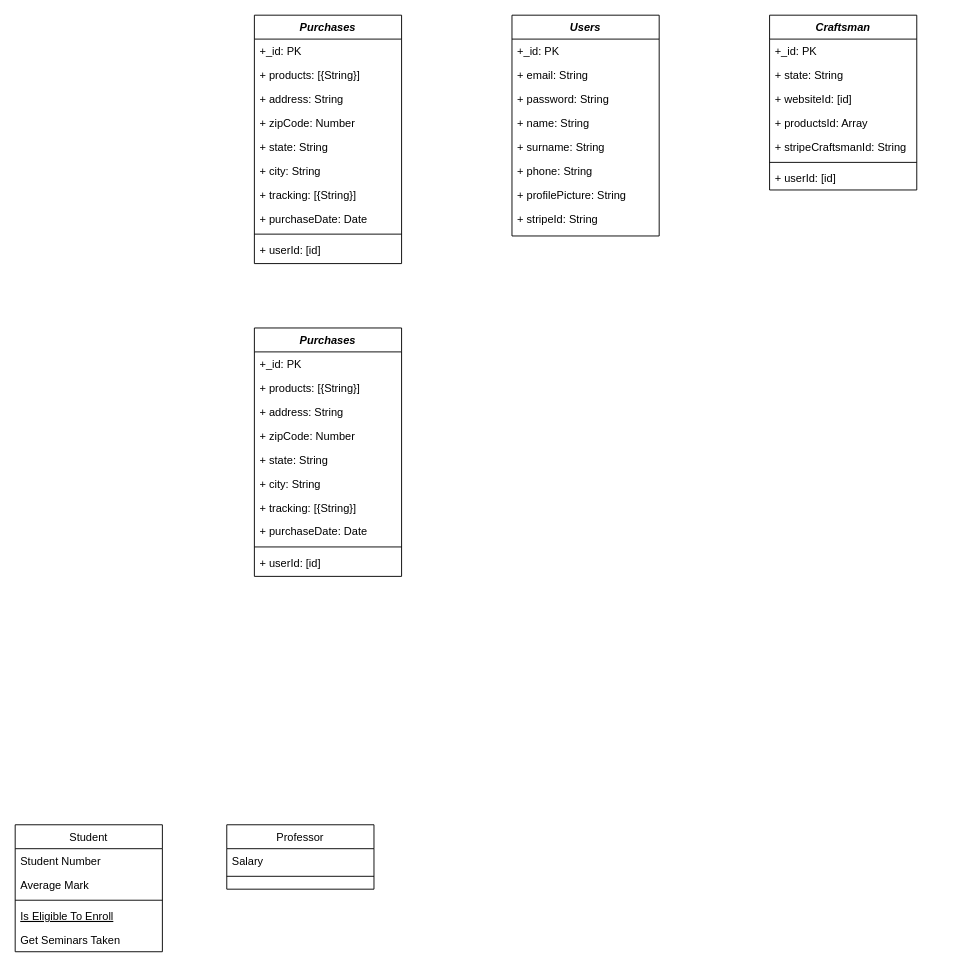
Artetopia/artetopia-backend keeps this draw.io diagram as Untitled Diagram.drawio. Above is the earlier version. Source tidied: cells renumbered, new cells numbered last; positions are measured from the earlier drawing's top-left corner, leaving out a move shared by most shapes. Both pictures are drawn from the tidied source at 92%, with x=0, y=0 at pixel (15, 15).
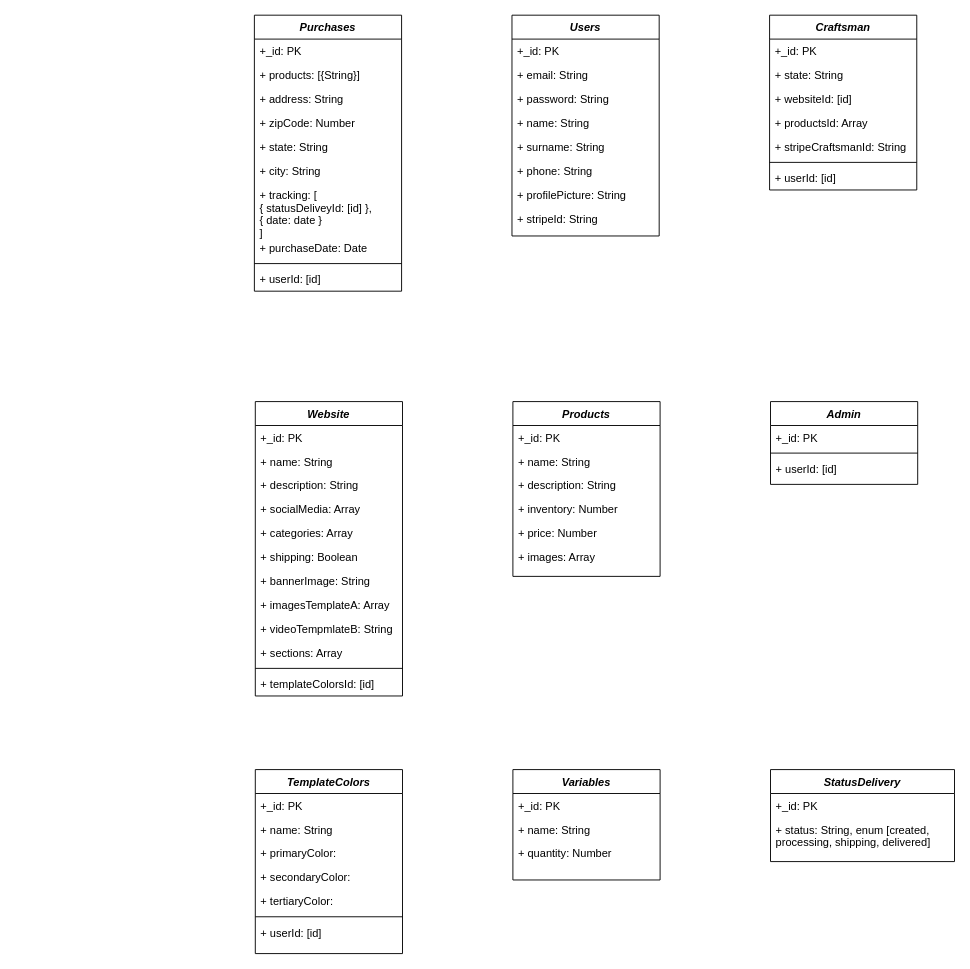
The same page after the edit.

Diff of the diagram source:
```diff
@@
     <mxCell id="2" value="Purchases" style="swimlane;fontStyle=3;align=center;verticalAlign=top;horizontal=1;startSize=26;rounded=0;shadow=0;strokeWidth=1;" parent="1" vertex="1">
-      <mxGeometry x="260" width="160" height="270" as="geometry" />
+      <mxGeometry x="260" width="160" height="300" as="geometry" />
     </mxCell>
@@
-    <mxCell id="9" value="+ tracking: [{String}]" style="text;align=left;verticalAlign=top;spacingLeft=4;spacingRight=4;overflow=hidden;rounded=0;shadow=0;html=0;" parent="2" vertex="1">
-      <mxGeometry y="182" width="160" height="26" as="geometry" />
+    <mxCell id="9" value="+ tracking: [&#10;{ statusDeliveyId: [id] },&#10;{ date: date }&#10;]" style="text;align=left;verticalAlign=top;spacingLeft=4;spacingRight=4;overflow=hidden;rounded=0;shadow=0;html=0;" parent="2" vertex="1">
+      <mxGeometry y="182" width="160" height="58" as="geometry" />
     </mxCell>
     <mxCell id="10" value="+ purchaseDate: Date" style="text;align=left;verticalAlign=top;spacingLeft=4;spacingRight=4;overflow=hidden;rounded=0;shadow=0;html=0;" parent="2" vertex="1">
-      <mxGeometry y="208" width="160" height="26" as="geometry" />
+      <mxGeometry y="240" width="160" height="26" as="geometry" />
     </mxCell>
     <mxCell id="11" style="line;html=1;strokeWidth=1;align=left;verticalAlign=middle;spacingTop=-1;spacingLeft=3;spacingRight=3;labelPosition=right;" parent="2" vertex="1">
-      <mxGeometry y="234" width="160" height="8" as="geometry" />
+      <mxGeometry y="266" width="160" height="8" as="geometry" />
     </mxCell>
     <mxCell id="12" value="+ userId: [id]" style="text;align=left;verticalAlign=top;spacingLeft=4;spacingRight=4;overflow=hidden;rounded=0;shadow=0;html=0;" parent="2" vertex="1">
-      <mxGeometry y="242" width="160" height="26" as="geometry" />
+      <mxGeometry y="274" width="160" height="26" as="geometry" />
     </mxCell>
-    <mxCell id="13" value="Student" style="swimlane;fontStyle=0;align=center;verticalAlign=top;horizontal=1;startSize=26;rounded=0;shadow=0;strokeWidth=1;" parent="1" vertex="1">
-      <mxGeometry y="880" width="160" height="138" as="geometry" />
-    </mxCell>
-    <mxCell id="14" value="Student Number" style="text;align=left;verticalAlign=top;spacingLeft=4;spacingRight=4;overflow=hidden;" parent="13" vertex="1">
-      <mxGeometry y="26" width="160" height="26" as="geometry" />
-    </mxCell>
-    <mxCell id="15" value="Average Mark" style="text;align=left;verticalAlign=top;spacingLeft=4;spacingRight=4;overflow=hidden;rounded=0;shadow=0;html=0;" parent="13" vertex="1">
-      <mxGeometry y="52" width="160" height="26" as="geometry" />
-    </mxCell>
-    <mxCell id="16" style="line;html=1;strokeWidth=1;align=left;verticalAlign=middle;spacingTop=-1;spacingLeft=3;spacingRight=3;labelPosition=right;" parent="13" vertex="1">
-      <mxGeometry y="78" width="160" height="8" as="geometry" />
-    </mxCell>
-    <mxCell id="17" value="Is Eligible To Enroll" style="text;align=left;verticalAlign=top;spacingLeft=4;spacingRight=4;overflow=hidden;fontStyle=4;" parent="13" vertex="1">
-      <mxGeometry y="86" width="160" height="26" as="geometry" />
-    </mxCell>
-    <mxCell id="18" value="Get Seminars Taken" style="text;align=left;verticalAlign=top;spacingLeft=4;spacingRight=4;overflow=hidden;" parent="13" vertex="1">
-      <mxGeometry y="112" width="160" height="26" as="geometry" />
-    </mxCell>
-    <mxCell id="19" value="Professor" style="swimlane;fontStyle=0;align=center;verticalAlign=top;horizontal=1;startSize=26;rounded=0;shadow=0;strokeWidth=1;" parent="1" vertex="1">
-      <mxGeometry x="230" y="880" width="160" height="70" as="geometry" />
-    </mxCell>
-    <mxCell id="20" value="Salary" style="text;align=left;verticalAlign=top;spacingLeft=4;spacingRight=4;overflow=hidden;" parent="19" vertex="1">
-      <mxGeometry y="26" width="160" height="26" as="geometry" />
-    </mxCell>
-    <mxCell id="21" style="line;html=1;strokeWidth=1;align=left;verticalAlign=middle;spacingTop=-1;spacingLeft=3;spacingRight=3;labelPosition=right;" parent="19" vertex="1">
-      <mxGeometry y="52" width="160" height="8" as="geometry" />
-    </mxCell>
@@
-    <mxCell id="39" value="Purchases" style="swimlane;fontStyle=3;align=center;verticalAlign=top;horizontal=1;startSize=26;rounded=0;shadow=0;strokeWidth=1;" parent="1" vertex="1">
-      <mxGeometry x="260" y="340" width="160" height="270" as="geometry" />
+    <mxCell id="39" value="Website" style="swimlane;fontStyle=3;align=center;verticalAlign=top;horizontal=1;startSize=26;rounded=0;shadow=0;strokeWidth=1;" parent="1" vertex="1">
+      <mxGeometry x="261" y="420" width="160" height="320" as="geometry" />
     </mxCell>
@@
-    <mxCell id="41" value="+ products: [{String}]" style="text;align=left;verticalAlign=top;spacingLeft=4;spacingRight=4;overflow=hidden;rounded=0;shadow=0;html=0;" parent="39" vertex="1">
+    <mxCell id="41" value="+ name: String" style="text;align=left;verticalAlign=top;spacingLeft=4;spacingRight=4;overflow=hidden;rounded=0;shadow=0;html=0;" parent="39" vertex="1">
       <mxGeometry y="52" width="160" height="26" as="geometry" />
     </mxCell>
-    <mxCell id="42" value="+ address: String" style="text;align=left;verticalAlign=top;spacingLeft=4;spacingRight=4;overflow=hidden;rounded=0;shadow=0;html=0;" parent="39" vertex="1">
+    <mxCell id="42" value="+ description: String" style="text;align=left;verticalAlign=top;spacingLeft=4;spacingRight=4;overflow=hidden;rounded=0;shadow=0;html=0;" parent="39" vertex="1">
       <mxGeometry y="78" width="160" height="26" as="geometry" />
     </mxCell>
-    <mxCell id="43" value="+ zipCode: Number" style="text;align=left;verticalAlign=top;spacingLeft=4;spacingRight=4;overflow=hidden;rounded=0;shadow=0;html=0;" parent="39" vertex="1">
+    <mxCell id="43" value="+ socialMedia: Array" style="text;align=left;verticalAlign=top;spacingLeft=4;spacingRight=4;overflow=hidden;rounded=0;shadow=0;html=0;" parent="39" vertex="1">
       <mxGeometry y="104" width="160" height="26" as="geometry" />
     </mxCell>
-    <mxCell id="44" value="+ state: String" style="text;align=left;verticalAlign=top;spacingLeft=4;spacingRight=4;overflow=hidden;rounded=0;shadow=0;html=0;" parent="39" vertex="1">
+    <mxCell id="44" value="+ categories: Array" style="text;align=left;verticalAlign=top;spacingLeft=4;spacingRight=4;overflow=hidden;rounded=0;shadow=0;html=0;" parent="39" vertex="1">
       <mxGeometry y="130" width="160" height="26" as="geometry" />
     </mxCell>
-    <mxCell id="45" value="+ city: String" style="text;align=left;verticalAlign=top;spacingLeft=4;spacingRight=4;overflow=hidden;rounded=0;shadow=0;html=0;" parent="39" vertex="1">
+    <mxCell id="45" value="+ shipping: Boolean" style="text;align=left;verticalAlign=top;spacingLeft=4;spacingRight=4;overflow=hidden;rounded=0;shadow=0;html=0;" parent="39" vertex="1">
       <mxGeometry y="156" width="160" height="26" as="geometry" />
     </mxCell>
-    <mxCell id="46" value="+ tracking: [{String}]" style="text;align=left;verticalAlign=top;spacingLeft=4;spacingRight=4;overflow=hidden;rounded=0;shadow=0;html=0;" parent="39" vertex="1">
+    <mxCell id="46" value="+ bannerImage: String" style="text;align=left;verticalAlign=top;spacingLeft=4;spacingRight=4;overflow=hidden;rounded=0;shadow=0;html=0;" parent="39" vertex="1">
       <mxGeometry y="182" width="160" height="26" as="geometry" />
     </mxCell>
-    <mxCell id="47" value="+ purchaseDate: Date" style="text;align=left;verticalAlign=top;spacingLeft=4;spacingRight=4;overflow=hidden;rounded=0;shadow=0;html=0;" parent="39" vertex="1">
+    <mxCell id="47" value="+ imagesTemplateA: Array" style="text;align=left;verticalAlign=top;spacingLeft=4;spacingRight=4;overflow=hidden;rounded=0;shadow=0;html=0;" parent="39" vertex="1">
       <mxGeometry y="208" width="160" height="26" as="geometry" />
     </mxCell>
+    <mxCell id="50" value="+ videoTempmlateB: String" style="text;align=left;verticalAlign=top;spacingLeft=4;spacingRight=4;overflow=hidden;rounded=0;shadow=0;html=0;" parent="39" vertex="1">
+      <mxGeometry y="234" width="160" height="26" as="geometry" />
+    </mxCell>
+    <mxCell id="51" value="+ sections: Array" style="text;align=left;verticalAlign=top;spacingLeft=4;spacingRight=4;overflow=hidden;rounded=0;shadow=0;html=0;" parent="39" vertex="1">
+      <mxGeometry y="260" width="160" height="26" as="geometry" />
+    </mxCell>
     <mxCell id="48" style="line;html=1;strokeWidth=1;align=left;verticalAlign=middle;spacingTop=-1;spacingLeft=3;spacingRight=3;labelPosition=right;" parent="39" vertex="1">
-      <mxGeometry y="234" width="160" height="8" as="geometry" />
+      <mxGeometry y="286" width="160" height="8" as="geometry" />
     </mxCell>
-    <mxCell id="49" value="+ userId: [id]" style="text;align=left;verticalAlign=top;spacingLeft=4;spacingRight=4;overflow=hidden;rounded=0;shadow=0;html=0;" parent="39" vertex="1">
-      <mxGeometry y="242" width="160" height="26" as="geometry" />
-    </mxCell>
+    <mxCell id="52" value="+ templateColorsId: [id]" style="text;align=left;verticalAlign=top;spacingLeft=4;spacingRight=4;overflow=hidden;rounded=0;shadow=0;html=0;" parent="39" vertex="1">
+      <mxGeometry y="294" width="160" height="26" as="geometry" />
+    </mxCell>
+    <mxCell id="53" value="Products" style="swimlane;fontStyle=3;align=center;verticalAlign=top;horizontal=1;startSize=26;rounded=0;shadow=0;strokeWidth=1;" parent="1" vertex="1">
+      <mxGeometry x="541" y="420" width="160" height="190" as="geometry" />
+    </mxCell>
+    <mxCell id="54" value="+_id: PK" style="text;align=left;verticalAlign=top;spacingLeft=4;spacingRight=4;overflow=hidden;" parent="53" vertex="1">
+      <mxGeometry y="26" width="160" height="26" as="geometry" />
+    </mxCell>
+    <mxCell id="55" value="+ name: String" style="text;align=left;verticalAlign=top;spacingLeft=4;spacingRight=4;overflow=hidden;rounded=0;shadow=0;html=0;" parent="53" vertex="1">
+      <mxGeometry y="52" width="160" height="26" as="geometry" />
+    </mxCell>
+    <mxCell id="56" value="+ description: String" style="text;align=left;verticalAlign=top;spacingLeft=4;spacingRight=4;overflow=hidden;rounded=0;shadow=0;html=0;" parent="53" vertex="1">
+      <mxGeometry y="78" width="160" height="26" as="geometry" />
+    </mxCell>
+    <mxCell id="57" value="+ inventory: Number" style="text;align=left;verticalAlign=top;spacingLeft=4;spacingRight=4;overflow=hidden;rounded=0;shadow=0;html=0;" parent="53" vertex="1">
+      <mxGeometry y="104" width="160" height="26" as="geometry" />
+    </mxCell>
+    <mxCell id="58" value="+ price: Number" style="text;align=left;verticalAlign=top;spacingLeft=4;spacingRight=4;overflow=hidden;rounded=0;shadow=0;html=0;" parent="53" vertex="1">
+      <mxGeometry y="130" width="160" height="26" as="geometry" />
+    </mxCell>
+    <mxCell id="59" value="+ images: Array" style="text;align=left;verticalAlign=top;spacingLeft=4;spacingRight=4;overflow=hidden;rounded=0;shadow=0;html=0;" parent="53" vertex="1">
+      <mxGeometry y="156" width="160" height="26" as="geometry" />
+    </mxCell>
+    <mxCell id="60" value="Admin" style="swimlane;fontStyle=3;align=center;verticalAlign=top;horizontal=1;startSize=26;rounded=0;shadow=0;strokeWidth=1;" parent="1" vertex="1">
+      <mxGeometry x="821" y="420" width="160" height="90" as="geometry" />
+    </mxCell>
+    <mxCell id="61" value="+_id: PK" style="text;align=left;verticalAlign=top;spacingLeft=4;spacingRight=4;overflow=hidden;" parent="60" vertex="1">
+      <mxGeometry y="26" width="160" height="26" as="geometry" />
+    </mxCell>
+    <mxCell id="21" style="line;html=1;strokeWidth=1;align=left;verticalAlign=middle;spacingTop=-1;spacingLeft=3;spacingRight=3;labelPosition=right;" parent="60" vertex="1">
+      <mxGeometry y="52" width="160" height="8" as="geometry" />
+    </mxCell>
+    <mxCell id="62" value="+ userId: [id]" style="text;align=left;verticalAlign=top;spacingLeft=4;spacingRight=4;overflow=hidden;rounded=0;shadow=0;html=0;" parent="60" vertex="1">
+      <mxGeometry y="60" width="160" height="26" as="geometry" />
+    </mxCell>
+    <mxCell id="63" value="TemplateColors" style="swimlane;fontStyle=3;align=center;verticalAlign=top;horizontal=1;startSize=26;rounded=0;shadow=0;strokeWidth=1;" parent="1" vertex="1">
+      <mxGeometry x="261" y="820" width="160" height="200" as="geometry" />
+    </mxCell>
+    <mxCell id="64" value="+_id: PK" style="text;align=left;verticalAlign=top;spacingLeft=4;spacingRight=4;overflow=hidden;" parent="63" vertex="1">
+      <mxGeometry y="26" width="160" height="26" as="geometry" />
+    </mxCell>
+    <mxCell id="65" value="+ name: String" style="text;align=left;verticalAlign=top;spacingLeft=4;spacingRight=4;overflow=hidden;rounded=0;shadow=0;html=0;" parent="63" vertex="1">
+      <mxGeometry y="52" width="160" height="26" as="geometry" />
+    </mxCell>
+    <mxCell id="66" value="+ primaryColor: " style="text;align=left;verticalAlign=top;spacingLeft=4;spacingRight=4;overflow=hidden;rounded=0;shadow=0;html=0;" parent="63" vertex="1">
+      <mxGeometry y="78" width="160" height="26" as="geometry" />
+    </mxCell>
+    <mxCell id="67" value="+ secondaryColor: " style="text;align=left;verticalAlign=top;spacingLeft=4;spacingRight=4;overflow=hidden;rounded=0;shadow=0;html=0;" parent="63" vertex="1">
+      <mxGeometry y="104" width="160" height="26" as="geometry" />
+    </mxCell>
+    <mxCell id="68" value="+ tertiaryColor: " style="text;align=left;verticalAlign=top;spacingLeft=4;spacingRight=4;overflow=hidden;rounded=0;shadow=0;html=0;" parent="63" vertex="1">
+      <mxGeometry y="130" width="160" height="26" as="geometry" />
+    </mxCell>
+    <mxCell id="69" style="line;html=1;strokeWidth=1;align=left;verticalAlign=middle;spacingTop=-1;spacingLeft=3;spacingRight=3;labelPosition=right;" parent="63" vertex="1">
+      <mxGeometry y="156" width="160" height="8" as="geometry" />
+    </mxCell>
+    <mxCell id="70" value="+ userId: [id]" style="text;align=left;verticalAlign=top;spacingLeft=4;spacingRight=4;overflow=hidden;rounded=0;shadow=0;html=0;" parent="63" vertex="1">
+      <mxGeometry y="164" width="160" height="26" as="geometry" />
+    </mxCell>
+    <mxCell id="71" value="Variables" style="swimlane;fontStyle=3;align=center;verticalAlign=top;horizontal=1;startSize=26;rounded=0;shadow=0;strokeWidth=1;" parent="1" vertex="1">
+      <mxGeometry x="541" y="820" width="160" height="120" as="geometry" />
+    </mxCell>
+    <mxCell id="72" value="+_id: PK" style="text;align=left;verticalAlign=top;spacingLeft=4;spacingRight=4;overflow=hidden;" parent="71" vertex="1">
+      <mxGeometry y="26" width="160" height="26" as="geometry" />
+    </mxCell>
+    <mxCell id="73" value="+ name: String" style="text;align=left;verticalAlign=top;spacingLeft=4;spacingRight=4;overflow=hidden;rounded=0;shadow=0;html=0;" parent="71" vertex="1">
+      <mxGeometry y="52" width="160" height="26" as="geometry" />
+    </mxCell>
+    <mxCell id="74" value="+ quantity: Number" style="text;align=left;verticalAlign=top;spacingLeft=4;spacingRight=4;overflow=hidden;rounded=0;shadow=0;html=0;" parent="71" vertex="1">
+      <mxGeometry y="78" width="160" height="26" as="geometry" />
+    </mxCell>
+    <mxCell id="75" value="StatusDelivery" style="swimlane;fontStyle=3;align=center;verticalAlign=top;horizontal=1;startSize=26;rounded=0;shadow=0;strokeWidth=1;" parent="1" vertex="1">
+      <mxGeometry x="821" y="820" width="200" height="100" as="geometry" />
+    </mxCell>
+    <mxCell id="76" value="+_id: PK" style="text;align=left;verticalAlign=top;spacingLeft=4;spacingRight=4;overflow=hidden;" parent="75" vertex="1">
+      <mxGeometry y="26" width="200" height="26" as="geometry" />
+    </mxCell>
+    <mxCell id="77" value="+ status: String, enum [created, &#10;processing, shipping, delivered]" style="text;align=left;verticalAlign=top;spacingLeft=4;spacingRight=4;overflow=hidden;rounded=0;shadow=0;html=0;" parent="75" vertex="1">
+      <mxGeometry y="52" width="200" height="38" as="geometry" />
+    </mxCell>
```
